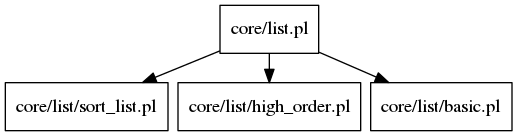
The Graphviz diagram docs/core/list.png in lluisalemanypuig/sycalc, before a commit. Its source is kept beside it as docs/.cache/core/list.dot.
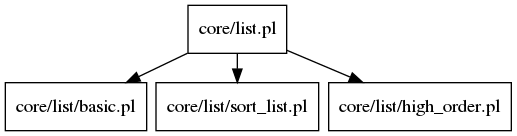
After the change.

What changed in the source:
```diff
@@ -2,7 +2,7 @@
 node [shape=rectangle]
 nodesep = 0.1
 ranksep = 0.3
+"core/list.pl" -> "core/list/basic.pl"
 "core/list.pl" -> "core/list/sort_list.pl"
 "core/list.pl" -> "core/list/high_order.pl"
-"core/list.pl" -> "core/list/basic.pl"
 }
```
